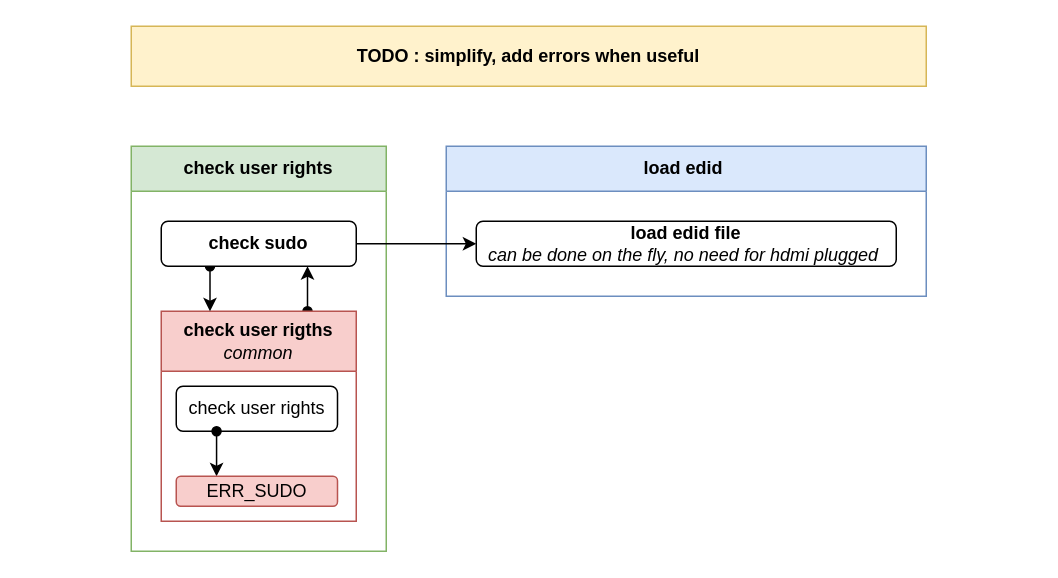
Before: page "setup-process" (3 of 4) of docs/arch/arch.drawio in repeact/embedded-sw, a draw.io diagram. Source tidied: cells renumbered, new cells numbered last; positions are measured from the earlier drawing's top-left corner, leaving out a move shared by most shapes. Both pictures are drawn from the tidied source at 150%, with x=0, y=0 at pixel (130, 26).
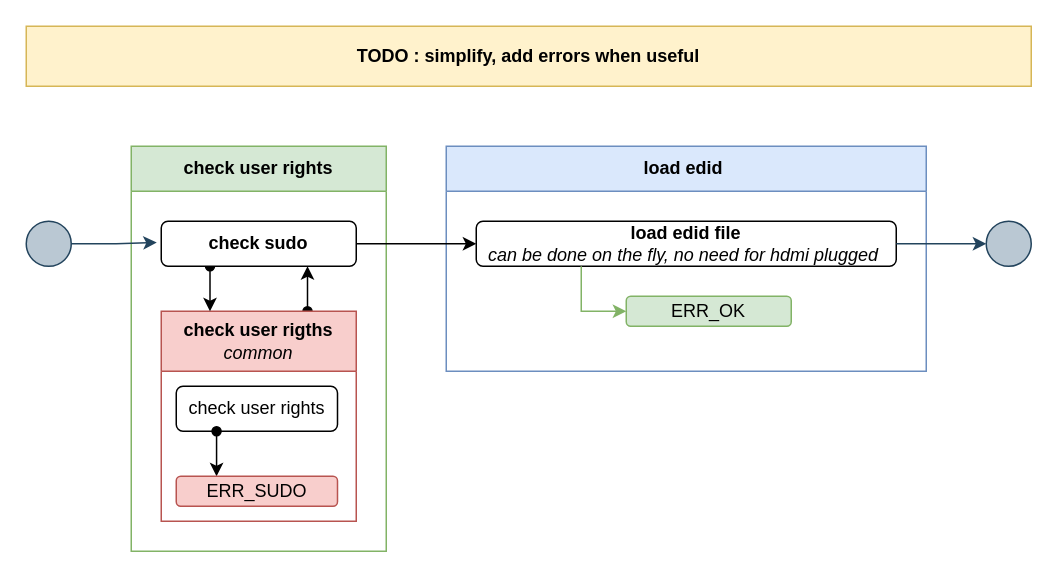
After the change.

The change refers to these unchanged cells:
```xml
<mxCell id="9" value="&lt;b&gt;check sudo&lt;/b&gt;" style="rounded=1;whiteSpace=wrap;html=1;" parent="2" vertex="1">
  <mxGeometry x="20" y="50" width="130" height="30" as="geometry" />
</mxCell>
<mxCell id="11" value="&lt;b&gt;load edid file&lt;/b&gt;&lt;br&gt;&lt;i&gt;can be done on the fly, no need for hdmi plugged&amp;nbsp;&lt;/i&gt;" style="rounded=1;whiteSpace=wrap;html=1;" parent="10" vertex="1">
  <mxGeometry x="20" y="50" width="280" height="30" as="geometry" />
</mxCell>
```

What changed in the source:
```diff
@@
     <mxCell id="10" value="&lt;span style=&quot;background-color: transparent; color: light-dark(rgb(0, 0, 0), rgb(255, 255, 255));&quot;&gt;load edid&amp;nbsp;&lt;/span&gt;" style="swimlane;whiteSpace=wrap;html=1;startSize=30;fillColor=#dae8fc;strokeColor=#6c8ebf;" parent="1" vertex="1">
-      <mxGeometry x="210" y="80" width="320" height="100" as="geometry" />
+      <mxGeometry x="210" y="80" width="320" height="150" as="geometry" />
     </mxCell>
@@
+    <mxCell id="14" value="ERR_OK" style="rounded=1;whiteSpace=wrap;html=1;fillColor=#d5e8d4;strokeColor=#82b366;" parent="10" vertex="1">
+      <mxGeometry x="120" y="100" width="110" height="20" as="geometry" />
+    </mxCell>
+    <mxCell id="15" style="edgeStyle=orthogonalEdgeStyle;rounded=0;jettySize=auto;html=1;exitX=0.25;exitY=1;exitDx=0;exitDy=0;entryX=0;entryY=0.5;entryDx=0;entryDy=0;startArrow=none;startFill=0;fillColor=#d5e8d4;strokeColor=#82b366;" parent="10" edge="1" source="11" target="14">
+      <mxGeometry relative="1" as="geometry">
+        <Array as="points">
+          <mxPoint x="90" y="110" />
+        </Array>
+      </mxGeometry>
+    </mxCell>
@@
     <mxCell id="13" value="TODO : simplify, add errors when useful" style="rounded=0;whiteSpace=wrap;html=1;fillColor=#fff2cc;strokeColor=#d6b656;fontStyle=1;" parent="1" vertex="1">
-      <mxGeometry width="530" height="40" as="geometry" />
+      <mxGeometry x="-70" width="670" height="40" as="geometry" />
     </mxCell>
+    <mxCell id="16" style="ellipse;whiteSpace=wrap;html=1;fillColor=#bac8d3;strokeColor=#23445d;" parent="1" vertex="1">
+      <mxGeometry x="-70" y="130" width="30" height="30" as="geometry" />
+    </mxCell>
+    <mxCell id="17" style="edgeStyle=orthogonalEdgeStyle;rounded=0;jettySize=auto;html=1;entryX=-0.023;entryY=0.473;entryDx=0;entryDy=0;entryPerimeter=0;fillColor=#bac8d3;strokeColor=#23445d;" parent="1" edge="1" source="16" target="9">
+      <mxGeometry relative="1" as="geometry" />
+    </mxCell>
+    <mxCell id="18" style="ellipse;whiteSpace=wrap;html=1;fillColor=#bac8d3;strokeColor=#23445d;" parent="1" vertex="1">
+      <mxGeometry x="570" y="130" width="30" height="30" as="geometry" />
+    </mxCell>
+    <mxCell id="19" style="edgeStyle=orthogonalEdgeStyle;rounded=0;jettySize=auto;html=1;entryX=0;entryY=0.5;entryDx=0;entryDy=0;fillColor=#bac8d3;strokeColor=#23445d;" parent="1" edge="1" source="11" target="18">
+      <mxGeometry relative="1" as="geometry" />
+    </mxCell>
```
